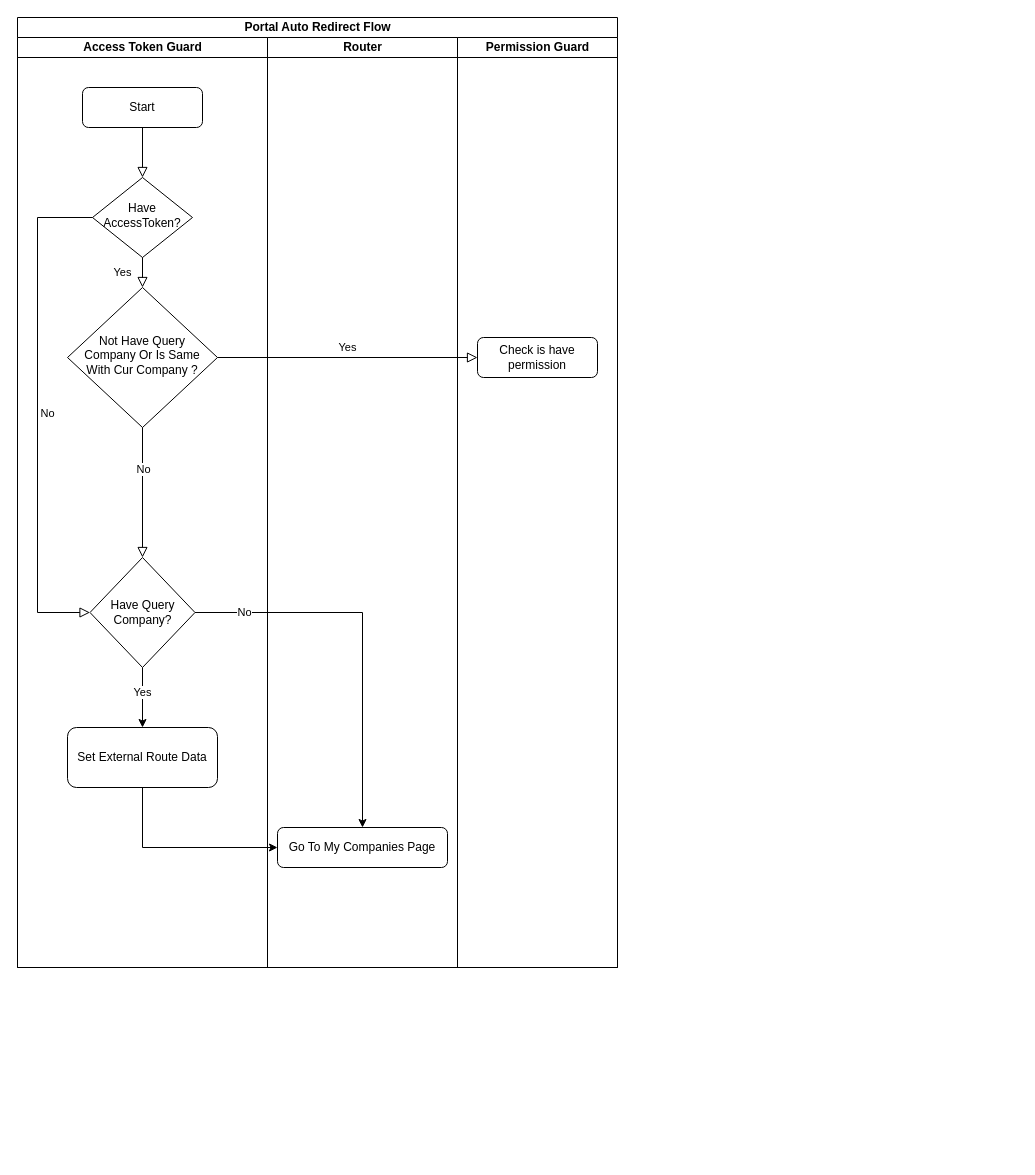
SmileSB1O1/draw-active keeps this draw.io diagram as Portal-Auto-Redirect-Flow.drawio. Above is the earlier version. Source tidied: cells renumbered, new cells numbered last; positions are measured from the earlier drawing's top-left corner, leaving out a move shared by most shapes. Both pictures are drawn from the tidied source at 100%, with x=0, y=0 at pixel (17, 17).
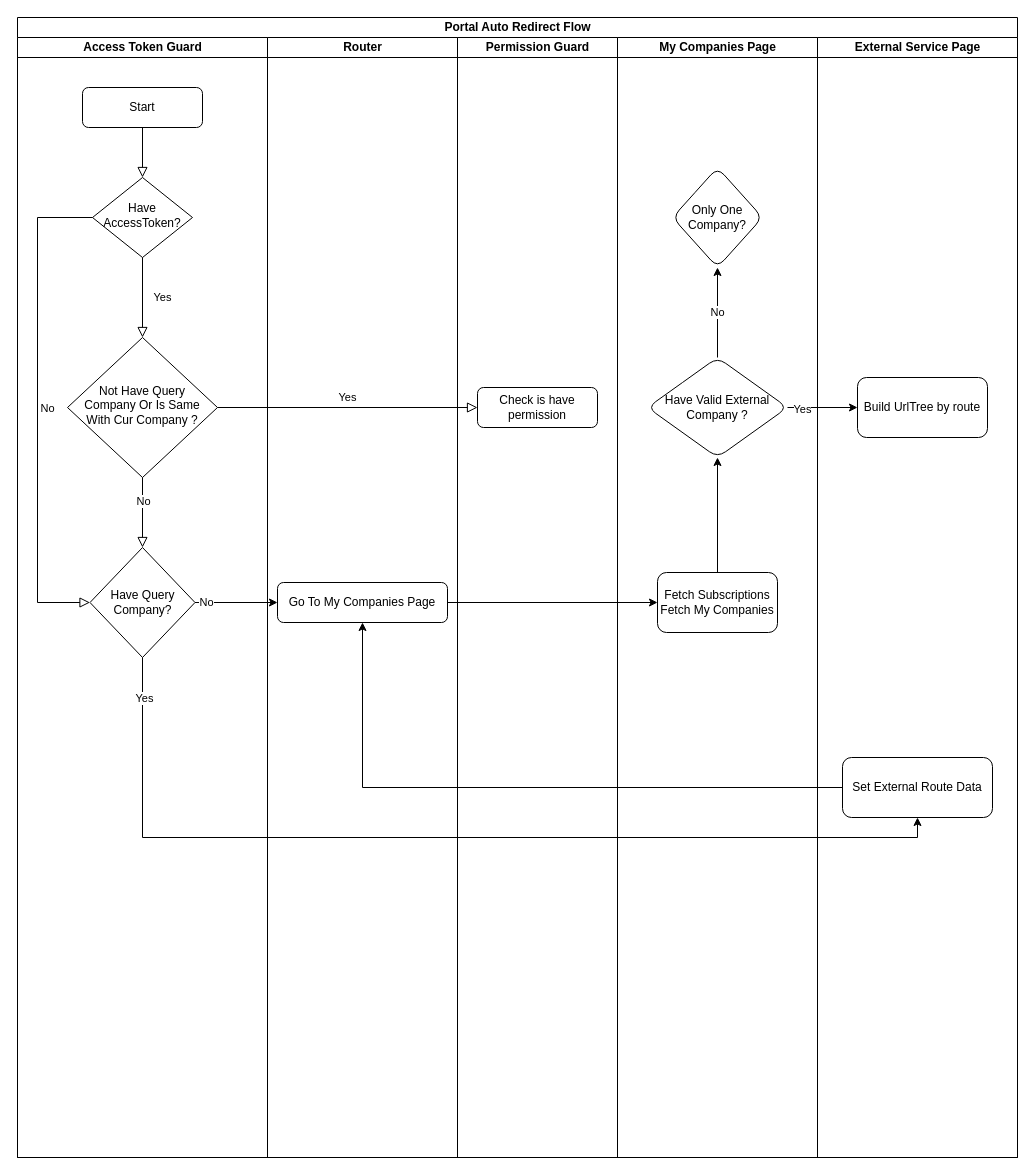
The same page after the edit.

Unchanged cells that the change refers to:
```xml
<mxCell id="4" value="Have AccessToken?" style="rhombus;whiteSpace=wrap;html=1;shadow=0;fontFamily=Helvetica;fontSize=12;align=center;strokeWidth=1;spacing=6;spacingTop=-4;" parent="3" vertex="1">
  <mxGeometry x="75" y="140" width="100" height="80" as="geometry" />
</mxCell>
```

Change to the diagram source:
```diff
@@
     <mxCell id="2" value="Portal Auto Redirect Flow" style="swimlane;startSize=20;html=1;" parent="1" vertex="1">
-      <mxGeometry width="600" height="950" as="geometry" />
+      <mxGeometry width="1000" height="1140" as="geometry" />
     </mxCell>
     <mxCell id="3" value="Access Token Guard" style="swimlane;startSize=20;html=1;" parent="2" vertex="1">
-      <mxGeometry y="20" width="250" height="930" as="geometry" />
+      <mxGeometry y="20" width="250" height="1120" as="geometry" />
     </mxCell>
@@
-    <mxCell id="7" style="edgeStyle=orthogonalEdgeStyle;rounded=0;jettySize=auto;html=1;exitX=0.5;exitY=1;exitDx=0;exitDy=0;entryX=0.5;entryY=0;entryDx=0;entryDy=0;" parent="3" edge="1" source="9" target="15">
-      <mxGeometry relative="1" as="geometry" />
-    </mxCell>
-    <mxCell id="8" value="Yes" style="edgeLabel;html=1;align=center;verticalAlign=middle;" parent="7" vertex="1">
-      <mxGeometry x="-0.22" y="-1" relative="1" as="geometry">
-        <mxPoint y="1" as="offset" />
-      </mxGeometry>
-    </mxCell>
     <mxCell id="9" value="Have Query Company?" style="rhombus;whiteSpace=wrap;html=1;" parent="3" vertex="1">
-      <mxGeometry x="72.5" y="520" width="105" height="110" as="geometry" />
+      <mxGeometry x="72.5" y="510" width="105" height="110" as="geometry" />
     </mxCell>
     <mxCell id="10" value="No" style="edgeStyle=orthogonalEdgeStyle;rounded=0;html=1;jettySize=auto;fontSize=11;endArrow=block;endFill=0;endSize=8;strokeWidth=1;shadow=0;labelBackgroundColor=none;exitX=0;exitY=0.5;exitDx=0;exitDy=0;entryX=0;entryY=0.5;entryDx=0;entryDy=0;" parent="3" edge="1" source="4" target="9">
       <mxGeometry y="10" relative="1" as="geometry">
         <Array as="points">
           <mxPoint x="20" y="180" />
-          <mxPoint x="20" y="575" />
+          <mxPoint x="20" y="565" />
         </Array>
       </mxGeometry>
     </mxCell>
     <mxCell id="11" value="Not Have Query Company Or Is Same With Cur Company ?" style="rhombus;whiteSpace=wrap;html=1;shadow=0;fontFamily=Helvetica;fontSize=12;align=center;strokeWidth=1;spacing=6;spacingTop=-4;" parent="3" vertex="1">
-      <mxGeometry x="50" y="250" width="150" height="140" as="geometry" />
+      <mxGeometry x="50" y="300" width="150" height="140" as="geometry" />
     </mxCell>
@@
-    <mxCell id="15" value="Set External Route Data" style="rounded=1;whiteSpace=wrap;html=1;" parent="3" vertex="1">
-      <mxGeometry x="50" y="690" width="150" height="60" as="geometry" />
-    </mxCell>
     <mxCell id="16" value="Router" style="swimlane;startSize=20;html=1;" parent="2" vertex="1">
-      <mxGeometry x="250" y="20" width="190" height="930" as="geometry" />
+      <mxGeometry x="250" y="20" width="190" height="1120" as="geometry" />
     </mxCell>
     <mxCell id="17" value="Go To My Companies Page" style="rounded=1;whiteSpace=wrap;html=1;fontSize=12;glass=0;strokeWidth=1;shadow=0;" parent="16" vertex="1">
-      <mxGeometry x="10" y="790" width="170" height="40" as="geometry" />
+      <mxGeometry x="10" y="545" width="170" height="40" as="geometry" />
     </mxCell>
     <mxCell id="18" value="Permission Guard" style="swimlane;startSize=20;html=1;" parent="2" vertex="1">
-      <mxGeometry x="440" y="20" width="160" height="930" as="geometry" />
+      <mxGeometry x="440" y="20" width="160" height="1120" as="geometry" />
     </mxCell>
     <mxCell id="19" value="Check is have permission" style="rounded=1;whiteSpace=wrap;html=1;fontSize=12;glass=0;strokeWidth=1;shadow=0;" parent="18" vertex="1">
-      <mxGeometry x="20" y="300" width="120" height="40" as="geometry" />
+      <mxGeometry x="20" y="350" width="120" height="40" as="geometry" />
     </mxCell>
+    <mxCell id="24" value="My Companies Page" style="swimlane;startSize=20;html=1;" parent="2" vertex="1">
+      <mxGeometry x="600" y="20" width="200" height="1120" as="geometry" />
+    </mxCell>
+    <mxCell id="25" style="edgeStyle=orthogonalEdgeStyle;rounded=0;jettySize=auto;html=1;" parent="24" edge="1" source="26" target="28">
+      <mxGeometry relative="1" as="geometry" />
+    </mxCell>
+    <mxCell id="26" value="Fetch Subscriptions&lt;br&gt;Fetch My Companies" style="rounded=1;whiteSpace=wrap;html=1;" parent="24" vertex="1">
+      <mxGeometry x="40" y="535" width="120" height="60" as="geometry" />
+    </mxCell>
+    <mxCell id="27" value="No" style="edgeStyle=orthogonalEdgeStyle;rounded=0;jettySize=auto;html=1;entryX=0.5;entryY=1;entryDx=0;entryDy=0;" parent="24" edge="1" source="28" target="29">
+      <mxGeometry relative="1" as="geometry" />
+    </mxCell>
+    <mxCell id="28" value="Have Valid External Company ?" style="rhombus;whiteSpace=wrap;html=1;rounded=1;" parent="24" vertex="1">
+      <mxGeometry x="30" y="320" width="140" height="100" as="geometry" />
+    </mxCell>
+    <mxCell id="29" value="Only One Company?" style="rhombus;whiteSpace=wrap;html=1;rounded=1;" parent="24" vertex="1">
+      <mxGeometry x="55" y="130" width="90" height="100" as="geometry" />
+    </mxCell>
+    <mxCell id="30" value="External Service Page" style="swimlane;startSize=20;html=1;" parent="2" vertex="1">
+      <mxGeometry x="800" y="20" width="200" height="1120" as="geometry" />
+    </mxCell>
+    <mxCell id="31" value="Build UrlTree by route" style="rounded=1;whiteSpace=wrap;html=1;" parent="30" vertex="1">
+      <mxGeometry x="40" y="340" width="130" height="60" as="geometry" />
+    </mxCell>
+    <mxCell id="15" value="Set External Route Data" style="rounded=1;whiteSpace=wrap;html=1;" parent="30" vertex="1">
+      <mxGeometry x="25" y="720" width="150" height="60" as="geometry" />
+    </mxCell>
@@
-    <mxCell id="21" style="edgeStyle=orthogonalEdgeStyle;rounded=0;jettySize=auto;html=1;entryX=0.5;entryY=0;entryDx=0;entryDy=0;" parent="2" edge="1" source="9" target="17">
+    <mxCell id="21" style="edgeStyle=orthogonalEdgeStyle;rounded=0;jettySize=auto;html=1;entryX=0;entryY=0.5;entryDx=0;entryDy=0;" parent="2" edge="1" source="9" target="17">
       <mxGeometry relative="1" as="geometry" />
     </mxCell>
@@
+    <mxCell id="32" style="edgeStyle=orthogonalEdgeStyle;rounded=0;jettySize=auto;html=1;entryX=0;entryY=0.5;entryDx=0;entryDy=0;" parent="2" edge="1" source="17" target="26">
+      <mxGeometry relative="1" as="geometry" />
+    </mxCell>
+    <mxCell id="33" style="edgeStyle=orthogonalEdgeStyle;rounded=0;jettySize=auto;html=1;exitX=1;exitY=0.5;exitDx=0;exitDy=0;entryX=0;entryY=0.5;entryDx=0;entryDy=0;" parent="2" edge="1" source="28" target="31">
+      <mxGeometry relative="1" as="geometry" />
+    </mxCell>
+    <mxCell id="34" value="Yes" style="edgeLabel;html=1;align=center;verticalAlign=middle;" parent="33" vertex="1">
+      <mxGeometry x="-0.6" relative="1" as="geometry">
+        <mxPoint y="1" as="offset" />
+      </mxGeometry>
+    </mxCell>
+    <mxCell id="7" style="edgeStyle=orthogonalEdgeStyle;rounded=0;jettySize=auto;html=1;exitX=0.5;exitY=1;exitDx=0;exitDy=0;entryX=0.5;entryY=1;entryDx=0;entryDy=0;" parent="2" edge="1" source="9" target="15">
+      <mxGeometry relative="1" as="geometry" />
+    </mxCell>
+    <mxCell id="35" value="Yes" style="edgeLabel;html=1;align=center;verticalAlign=middle;" parent="7" vertex="1">
+      <mxGeometry x="-0.92" y="1" relative="1" as="geometry">
+        <mxPoint y="1" as="offset" />
+      </mxGeometry>
+    </mxCell>
-    <mxCell id="23" style="edgeStyle=orthogonalEdgeStyle;rounded=0;jettySize=auto;html=1;exitX=0.5;exitY=1;exitDx=0;exitDy=0;entryX=0;entryY=0.5;entryDx=0;entryDy=0;" parent="2" edge="1" source="15" target="17">
+    <mxCell id="23" style="edgeStyle=orthogonalEdgeStyle;rounded=0;jettySize=auto;html=1;entryX=0.5;entryY=1;entryDx=0;entryDy=0;exitX=0;exitY=0.5;exitDx=0;exitDy=0;" parent="2" edge="1" source="15" target="17">
       <mxGeometry relative="1" as="geometry" />
     </mxCell>
```
